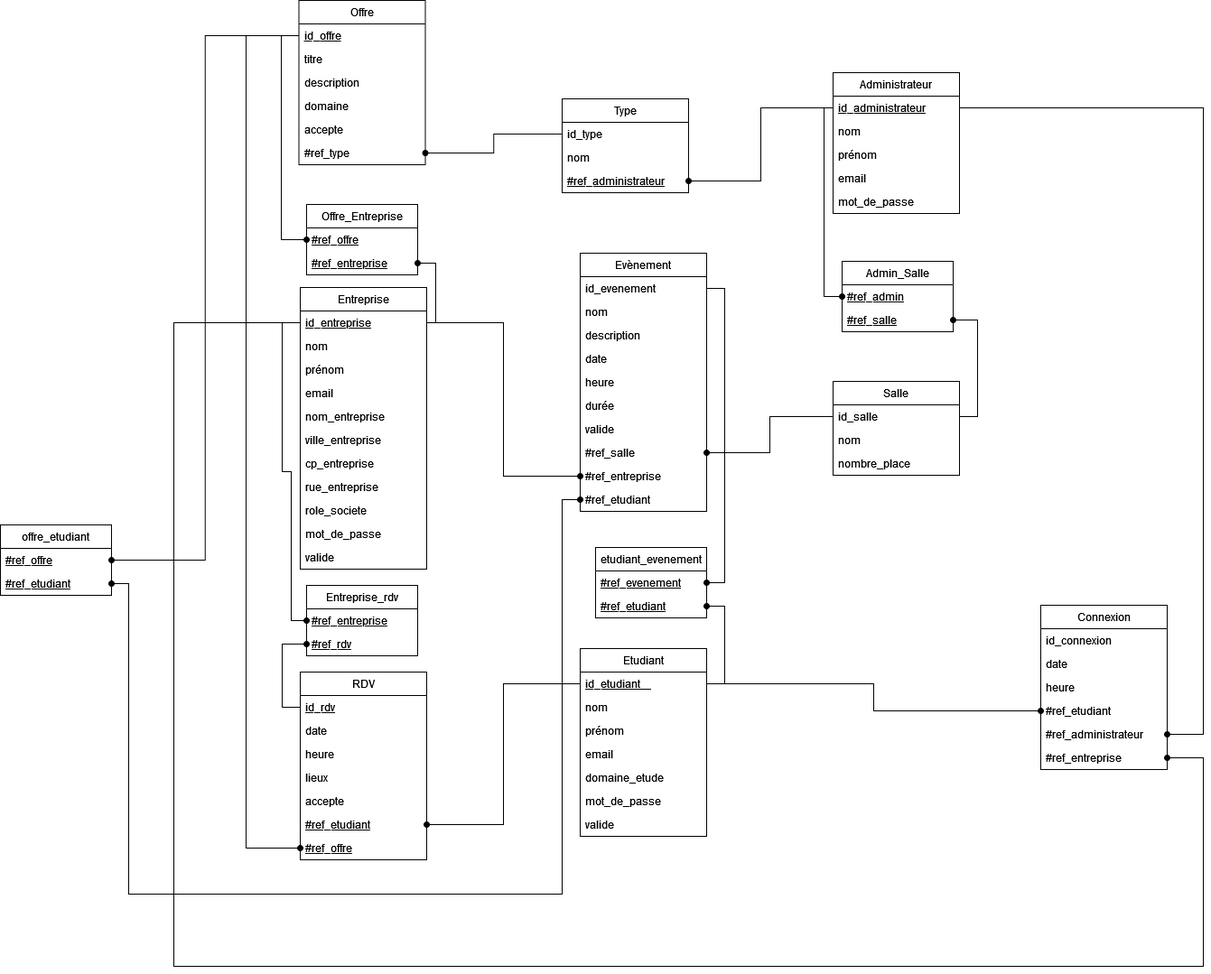
This is MLD_ProjetLPRS.png from anais015/ProjetLprs7, a draw.io export, as it was before one commit. Source tidied: cells renumbered, new cells last; positions are measured from the earlier drawing's top-left corner, leaving out a move shared by most shapes.
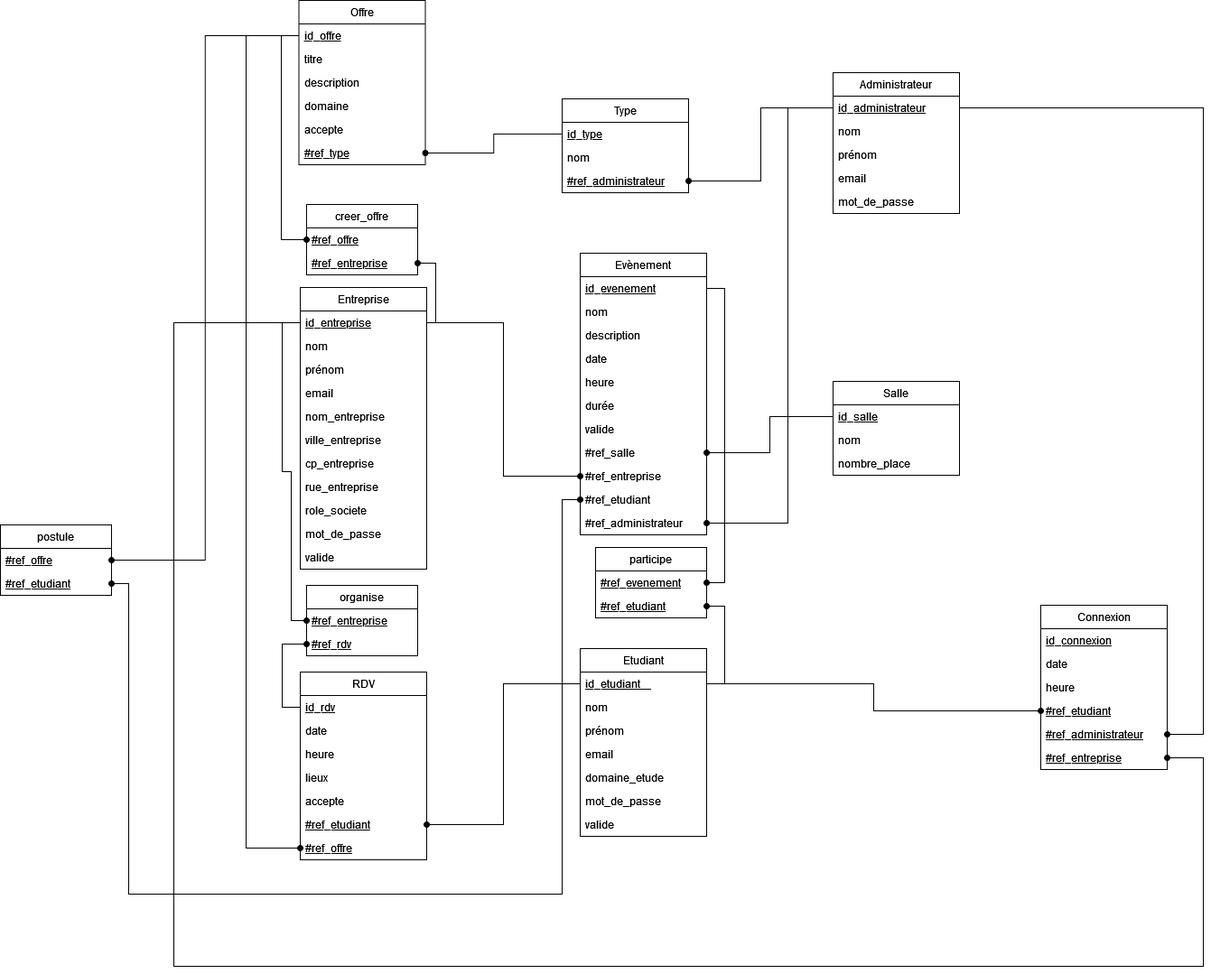
Later version of the same file.

Commit message:
Modification des MCD et MLD vers Liaison Admin-Event

What changed in the source:
```diff
@@ -63,9 +63,9 @@
       <mxGeometry y="286" width="140" height="26" as="geometry" />
     </mxCell>
     <mxCell id="22" value="Evènement" style="swimlane;fontStyle=0;horizontal=1;startSize=26;fillColor=none;" parent="1" vertex="1">
-      <mxGeometry x="642" y="280" width="140" height="286" as="geometry" />
+      <mxGeometry x="642" y="280" width="140" height="312" as="geometry" />
     </mxCell>
-    <mxCell id="23" value="id_evenement" style="text;strokeColor=none;fillColor=none;align=left;verticalAlign=top;spacingLeft=4;spacingRight=4;overflow=hidden;points=[[0,0.5],[1,0.5]];portConstraint=eastwest;" parent="22" vertex="1">
+    <mxCell id="23" value="id_evenement" style="text;strokeColor=none;fillColor=none;align=left;verticalAlign=top;spacingLeft=4;spacingRight=4;overflow=hidden;points=[[0,0.5],[1,0.5]];portConstraint=eastwest;fontStyle=4;" parent="22" vertex="1">
       <mxGeometry y="26" width="140" height="26" as="geometry" />
     </mxCell>
     <mxCell id="24" value="nom" style="text;strokeColor=none;fillColor=none;align=left;verticalAlign=top;spacingLeft=4;spacingRight=4;overflow=hidden;" parent="22" vertex="1">
@@ -95,6 +95,9 @@
     <mxCell id="32" value="#ref_etudiant" style="text;strokeColor=none;fillColor=none;align=left;verticalAlign=top;spacingLeft=4;spacingRight=4;overflow=hidden;points=[[0,0.5],[1,0.5]];portConstraint=eastwest;" parent="22" vertex="1">
       <mxGeometry y="260" width="140" height="26" as="geometry" />
     </mxCell>
+    <mxCell id="104" value="#ref_administrateur" style="text;strokeColor=none;fillColor=none;align=left;verticalAlign=top;spacingLeft=4;spacingRight=4;overflow=hidden;points=[[0,0.5],[1,0.5]];portConstraint=eastwest;" parent="22" vertex="1">
+      <mxGeometry y="286" width="140" height="26" as="geometry" />
+    </mxCell>
     <mxCell id="33" value="Administrateur" style="swimlane;fontStyle=0;horizontal=1;startSize=26;fillColor=none;" parent="1" vertex="1">
       <mxGeometry x="922" y="80" width="140" height="156" as="geometry" />
     </mxCell>
@@ -116,7 +119,7 @@
     <mxCell id="39" value="Salle" style="swimlane;fontStyle=0;horizontal=1;startSize=26;fillColor=none;" parent="1" vertex="1">
       <mxGeometry x="922" y="422" width="140" height="104" as="geometry" />
     </mxCell>
-    <mxCell id="40" value="id_salle" style="text;strokeColor=none;fillColor=none;align=left;verticalAlign=top;spacingLeft=4;spacingRight=4;overflow=hidden;points=[[0,0.5],[1,0.5]];portConstraint=eastwest;" parent="39" vertex="1">
+    <mxCell id="40" value="id_salle" style="text;strokeColor=none;fillColor=none;align=left;verticalAlign=top;spacingLeft=4;spacingRight=4;overflow=hidden;points=[[0,0.5],[1,0.5]];portConstraint=eastwest;fontStyle=4;" parent="39" vertex="1">
       <mxGeometry y="26" width="140" height="26" as="geometry" />
     </mxCell>
     <mxCell id="41" value="nom" style="text;strokeColor=none;fillColor=none;align=left;verticalAlign=top;spacingLeft=4;spacingRight=4;overflow=hidden;" parent="39" vertex="1">
@@ -143,13 +146,13 @@
     <mxCell id="48" value="accepte" style="text;strokeColor=none;fillColor=none;align=left;verticalAlign=top;spacingLeft=4;spacingRight=4;overflow=hidden;" parent="43" vertex="1">
       <mxGeometry y="130" width="140" height="26" as="geometry" />
     </mxCell>
-    <mxCell id="49" value="#ref_type" style="text;strokeColor=none;fillColor=none;align=left;verticalAlign=top;spacingLeft=4;spacingRight=4;overflow=hidden;points=[[0,0.5],[1,0.5]];portConstraint=eastwest;" parent="43" vertex="1">
+    <mxCell id="49" value="#ref_type" style="text;strokeColor=none;fillColor=none;align=left;verticalAlign=top;spacingLeft=4;spacingRight=4;overflow=hidden;points=[[0,0.5],[1,0.5]];portConstraint=eastwest;fontStyle=4;" parent="43" vertex="1">
       <mxGeometry y="156" width="140" height="26" as="geometry" />
     </mxCell>
     <mxCell id="50" value="Type" style="swimlane;fontStyle=0;horizontal=1;startSize=26;fillColor=none;" parent="1" vertex="1">
       <mxGeometry x="622" y="109" width="140" height="104" as="geometry" />
     </mxCell>
-    <mxCell id="51" value="id_type" style="text;strokeColor=none;fillColor=none;align=left;verticalAlign=top;spacingLeft=4;spacingRight=4;overflow=hidden;points=[[0,0.5],[1,0.5]];portConstraint=eastwest;" parent="50" vertex="1">
+    <mxCell id="51" value="id_type" style="text;strokeColor=none;fillColor=none;align=left;verticalAlign=top;spacingLeft=4;spacingRight=4;overflow=hidden;points=[[0,0.5],[1,0.5]];portConstraint=eastwest;fontStyle=4;" parent="50" vertex="1">
       <mxGeometry y="26" width="140" height="26" as="geometry" />
     </mxCell>
     <mxCell id="52" value="nom" style="text;strokeColor=none;fillColor=none;align=left;verticalAlign=top;spacingLeft=4;spacingRight=4;overflow=hidden;" parent="50" vertex="1">
@@ -185,7 +188,7 @@
     <mxCell id="62" value="Connexion" style="swimlane;fontStyle=0;horizontal=1;startSize=26;fillColor=none;" parent="1" vertex="1">
       <mxGeometry x="1152" y="670" width="140" height="182" as="geometry" />
     </mxCell>
-    <mxCell id="63" value="id_connexion" style="text;strokeColor=none;fillColor=none;align=left;verticalAlign=top;spacingLeft=4;spacingRight=4;overflow=hidden;" parent="62" vertex="1">
+    <mxCell id="63" value="id_connexion" style="text;strokeColor=none;fillColor=none;align=left;verticalAlign=top;spacingLeft=4;spacingRight=4;overflow=hidden;fontStyle=4;" parent="62" vertex="1">
       <mxGeometry y="26" width="140" height="26" as="geometry" />
     </mxCell>
     <mxCell id="64" value="date" style="text;strokeColor=none;fillColor=none;align=left;verticalAlign=top;spacingLeft=4;spacingRight=4;overflow=hidden;" parent="62" vertex="1">
@@ -194,19 +197,19 @@
     <mxCell id="65" value="heure" style="text;strokeColor=none;fillColor=none;align=left;verticalAlign=top;spacingLeft=4;spacingRight=4;overflow=hidden;" parent="62" vertex="1">
       <mxGeometry y="78" width="140" height="26" as="geometry" />
     </mxCell>
-    <mxCell id="66" value="#ref_etudiant" style="text;strokeColor=none;fillColor=none;align=left;verticalAlign=top;spacingLeft=4;spacingRight=4;overflow=hidden;points=[[0,0.5],[1,0.5]];portConstraint=eastwest;" parent="62" vertex="1">
+    <mxCell id="66" value="#ref_etudiant" style="text;strokeColor=none;fillColor=none;align=left;verticalAlign=top;spacingLeft=4;spacingRight=4;overflow=hidden;points=[[0,0.5],[1,0.5]];portConstraint=eastwest;fontStyle=4;" parent="62" vertex="1">
       <mxGeometry y="104" width="140" height="26" as="geometry" />
     </mxCell>
-    <mxCell id="67" value="#ref_administrateur" style="text;strokeColor=none;fillColor=none;align=left;verticalAlign=top;spacingLeft=4;spacingRight=4;overflow=hidden;points=[[0,0.5],[1,0.5]];portConstraint=eastwest;" parent="62" vertex="1">
+    <mxCell id="67" value="#ref_administrateur" style="text;strokeColor=none;fillColor=none;align=left;verticalAlign=top;spacingLeft=4;spacingRight=4;overflow=hidden;points=[[0,0.5],[1,0.5]];portConstraint=eastwest;fontStyle=4;" parent="62" vertex="1">
       <mxGeometry y="130" width="140" height="26" as="geometry" />
     </mxCell>
-    <mxCell id="68" value="#ref_entreprise" style="text;strokeColor=none;fillColor=none;align=left;verticalAlign=top;spacingLeft=4;spacingRight=4;overflow=hidden;points=[[0,0.5],[1,0.5]];portConstraint=eastwest;" parent="62" vertex="1">
+    <mxCell id="68" value="#ref_entreprise" style="text;strokeColor=none;fillColor=none;align=left;verticalAlign=top;spacingLeft=4;spacingRight=4;overflow=hidden;points=[[0,0.5],[1,0.5]];portConstraint=eastwest;fontStyle=4;" parent="62" vertex="1">
       <mxGeometry y="156" width="140" height="26" as="geometry" />
     </mxCell>
     <mxCell id="69" style="edgeStyle=orthogonalEdgeStyle;rounded=0;jettySize=auto;html=1;endArrow=oval;endFill=1;" parent="1" edge="1" source="51" target="49">
       <mxGeometry relative="1" as="geometry" />
     </mxCell>
-    <mxCell id="70" value="Offre_Entreprise" style="swimlane;fontStyle=0;horizontal=1;startSize=26;fillColor=none;" parent="1" vertex="1">
+    <mxCell id="70" value="creer_offre" style="swimlane;fontStyle=0;horizontal=1;startSize=26;fillColor=none;" parent="1" vertex="1">
       <mxGeometry x="339" y="226" width="123" height="78" as="geometry" />
     </mxCell>
     <mxCell id="71" value="#ref_offre" style="text;strokeColor=none;fillColor=none;align=left;verticalAlign=top;spacingLeft=4;spacingRight=4;overflow=hidden;points=[[0,0.5],[1,0.5]];portConstraint=eastwest;fontStyle=4;" parent="70" vertex="1">
@@ -234,31 +237,6 @@
     <mxCell id="75" style="edgeStyle=orthogonalEdgeStyle;rounded=0;jettySize=auto;html=1;endArrow=oval;endFill=1;" parent="1" edge="1" source="34" target="53">
       <mxGeometry relative="1" as="geometry" />
     </mxCell>
-    <mxCell id="76" value="Admin_Salle" style="swimlane;fontStyle=0;horizontal=1;startSize=26;fillColor=none;" parent="1" vertex="1">
-      <mxGeometry x="932" y="289" width="123" height="78" as="geometry" />
-    </mxCell>
-    <mxCell id="77" value="#ref_admin" style="text;strokeColor=none;fillColor=none;align=left;verticalAlign=top;spacingLeft=4;spacingRight=4;overflow=hidden;points=[[0,0.5],[1,0.5]];portConstraint=eastwest;fontStyle=4;" parent="76" vertex="1">
-      <mxGeometry y="26" width="123" height="26" as="geometry" />
-    </mxCell>
-    <mxCell id="78" value="#ref_salle" style="text;strokeColor=none;fillColor=none;align=left;verticalAlign=top;spacingLeft=4;spacingRight=4;overflow=hidden;points=[[0,0.5],[1,0.5]];portConstraint=eastwest;fontStyle=4;" parent="76" vertex="1">
-      <mxGeometry y="52" width="123" height="26" as="geometry" />
-    </mxCell>
-    <mxCell id="79" style="edgeStyle=orthogonalEdgeStyle;rounded=0;jettySize=auto;html=1;endArrow=oval;endFill=1;" parent="1" edge="1" source="34" target="77">
-      <mxGeometry relative="1" as="geometry">
-        <Array as="points">
-          <mxPoint x="912" y="119" />
-          <mxPoint x="912" y="328" />
-        </Array>
-      </mxGeometry>
-    </mxCell>
-    <mxCell id="80" style="edgeStyle=orthogonalEdgeStyle;rounded=0;jettySize=auto;html=1;endArrow=oval;endFill=1;" parent="1" edge="1" source="40" target="78">
-      <mxGeometry relative="1" as="geometry">
-        <Array as="points">
-          <mxPoint x="1082" y="461" />
-          <mxPoint x="1082" y="354" />
-        </Array>
-      </mxGeometry>
-    </mxCell>
     <mxCell id="81" style="edgeStyle=orthogonalEdgeStyle;rounded=0;jettySize=auto;html=1;endArrow=oval;endFill=1;" parent="1" edge="1" source="40" target="30">
       <mxGeometry relative="1" as="geometry" />
     </mxCell>
@@ -273,7 +251,7 @@
         </Array>
       </mxGeometry>
     </mxCell>
-    <mxCell id="84" value="etudiant_evenement" style="swimlane;fontStyle=0;horizontal=1;startSize=26;fillColor=none;" parent="1" vertex="1">
+    <mxCell id="84" value="participe" style="swimlane;fontStyle=0;horizontal=1;startSize=26;fillColor=none;" parent="1" vertex="1">
       <mxGeometry x="659" y="606" width="123" height="78" as="geometry" />
     </mxCell>
     <mxCell id="85" value="#ref_evenement" style="text;strokeColor=none;fillColor=none;align=left;verticalAlign=top;spacingLeft=4;spacingRight=4;overflow=hidden;points=[[0,0.5],[1,0.5]];portConstraint=eastwest;fontStyle=4;" parent="84" vertex="1">
@@ -298,7 +276,7 @@
         </Array>
       </mxGeometry>
     </mxCell>
-    <mxCell id="89" value="Entreprise_rdv" style="swimlane;fontStyle=0;horizontal=1;startSize=26;fillColor=none;" parent="1" vertex="1">
+    <mxCell id="89" value="organise" style="swimlane;fontStyle=0;horizontal=1;startSize=26;fillColor=none;" parent="1" vertex="1">
       <mxGeometry x="339" y="648" width="123" height="78" as="geometry" />
     </mxCell>
     <mxCell id="90" value="#ref_entreprise" style="text;strokeColor=none;fillColor=none;align=left;verticalAlign=top;spacingLeft=4;spacingRight=4;overflow=hidden;points=[[0,0.5],[1,0.5]];portConstraint=eastwest;fontStyle=4;" parent="89" vertex="1">
@@ -328,7 +306,7 @@
     <mxCell id="94" style="edgeStyle=orthogonalEdgeStyle;rounded=0;jettySize=auto;html=1;endArrow=oval;endFill=1;" parent="1" edge="1" source="3" target="60">
       <mxGeometry relative="1" as="geometry" />
     </mxCell>
-    <mxCell id="95" value="offre_etudiant" style="swimlane;fontStyle=0;horizontal=1;startSize=26;fillColor=none;" parent="1" vertex="1">
+    <mxCell id="95" value="postule" style="swimlane;fontStyle=0;horizontal=1;startSize=26;fillColor=none;" parent="1" vertex="1">
       <mxGeometry y="581" width="123" height="78" as="geometry" />
     </mxCell>
     <mxCell id="96" value="#ref_offre" style="text;strokeColor=none;fillColor=none;align=left;verticalAlign=top;spacingLeft=4;spacingRight=4;overflow=hidden;points=[[0,0.5],[1,0.5]];portConstraint=eastwest;fontStyle=4;" parent="95" vertex="1">
@@ -379,5 +357,13 @@
         </Array>
       </mxGeometry>
     </mxCell>
+    <mxCell id="105" style="edgeStyle=orthogonalEdgeStyle;rounded=0;jettySize=auto;html=1;endArrow=oval;endFill=1;" parent="1" edge="1" source="34" target="104">
+      <mxGeometry relative="1" as="geometry">
+        <Array as="points">
+          <mxPoint x="872" y="119" />
+          <mxPoint x="872" y="579" />
+        </Array>
+      </mxGeometry>
+    </mxCell>
   </root>
 </mxGraphModel>
```
